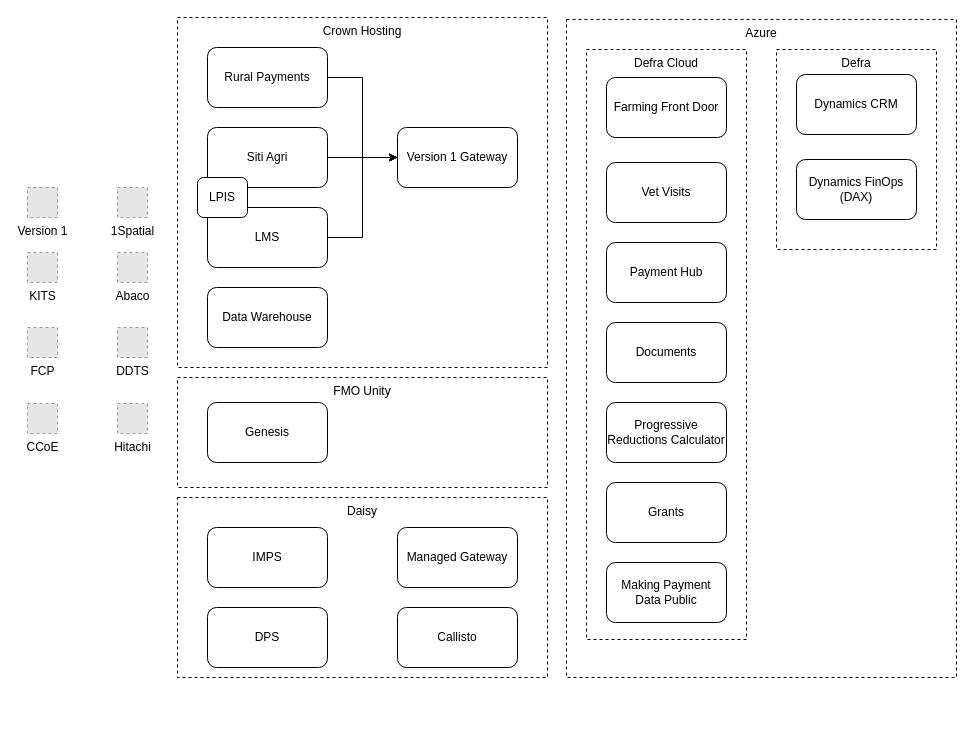
This is FFD/tech-landscape.drawio from DEFRA/ffc-diagrams, a draw.io file, before an edit. Source tidied: cells renumbered, new cells numbered last; positions are measured from the earlier drawing's top-left corner, leaving out a move shared by most shapes. Both pictures are drawn from the tidied source at 100%, with x=0, y=0 at pixel (27, 17). Pictures stored in the file or linked from it are replaced by grey dashed boxes.
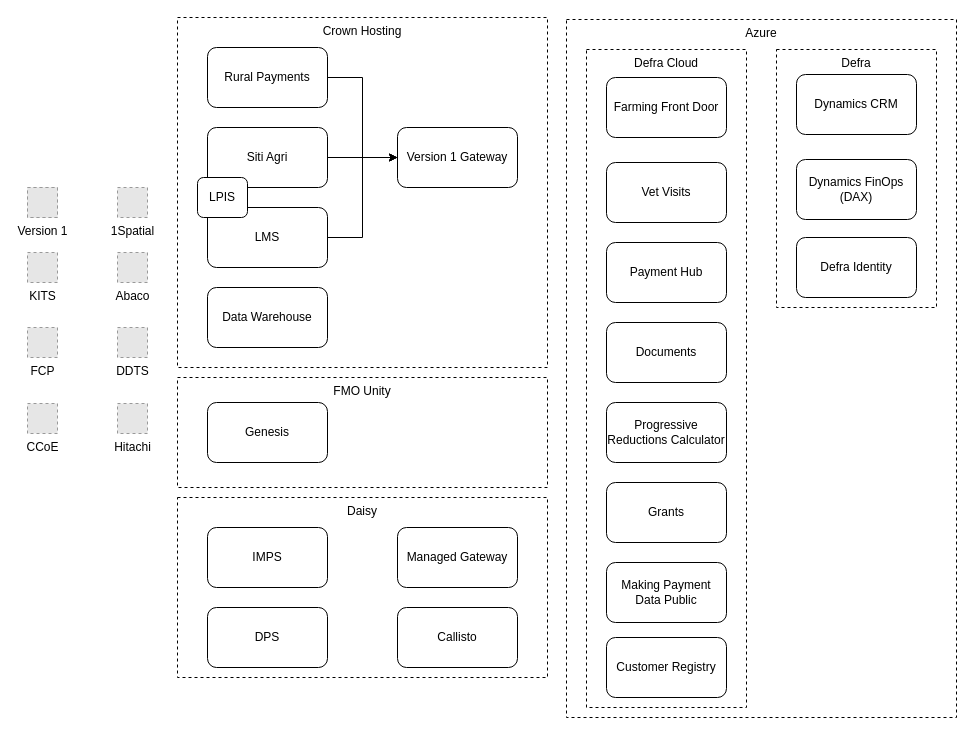
The same diagram, later.

Diff of the diagram source:
```diff
@@
     <mxCell id="2" value="Azure" style="rounded=0;whiteSpace=wrap;html=1;dashed=1;verticalAlign=top;" parent="1" vertex="1">
-      <mxGeometry x="539" y="2" width="390" height="658" as="geometry" />
+      <mxGeometry x="539" y="2" width="390" height="698" as="geometry" />
     </mxCell>
     <mxCell id="3" value="Defra" style="rounded=0;whiteSpace=wrap;html=1;dashed=1;verticalAlign=top;" parent="1" vertex="1">
-      <mxGeometry x="749" y="32" width="160" height="200" as="geometry" />
+      <mxGeometry x="749" y="32" width="160" height="258" as="geometry" />
     </mxCell>
     <mxCell id="4" value="Defra Cloud" style="rounded=0;whiteSpace=wrap;html=1;dashed=1;verticalAlign=top;" parent="1" vertex="1">
-      <mxGeometry x="559" y="32" width="160" height="590" as="geometry" />
+      <mxGeometry x="559" y="32" width="160" height="658" as="geometry" />
     </mxCell>
@@
+    <mxCell id="40" value="Customer Registry" style="rounded=1;whiteSpace=wrap;html=1;verticalAlign=middle;" parent="1" vertex="1">
+      <mxGeometry x="579" y="620" width="120" height="60" as="geometry" />
+    </mxCell>
+    <mxCell id="41" value="Defra Identity" style="rounded=1;whiteSpace=wrap;html=1;verticalAlign=middle;" parent="1" vertex="1">
+      <mxGeometry x="769" y="220" width="120" height="60" as="geometry" />
+    </mxCell>
```
